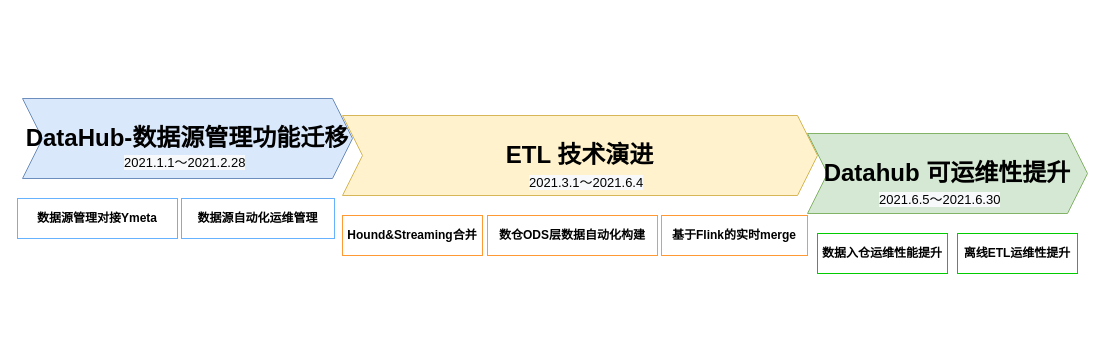
The draw.io diagram Untitled Diagram.drawio in psd562013601/diagrams, before the edit. Source tidied: cells renumbered, new cells numbered last; positions are measured from the earlier drawing's top-left corner, leaving out a move shared by most shapes. Both pictures are drawn from the tidied source at 100%, with x=0, y=0 at pixel (17, 98).
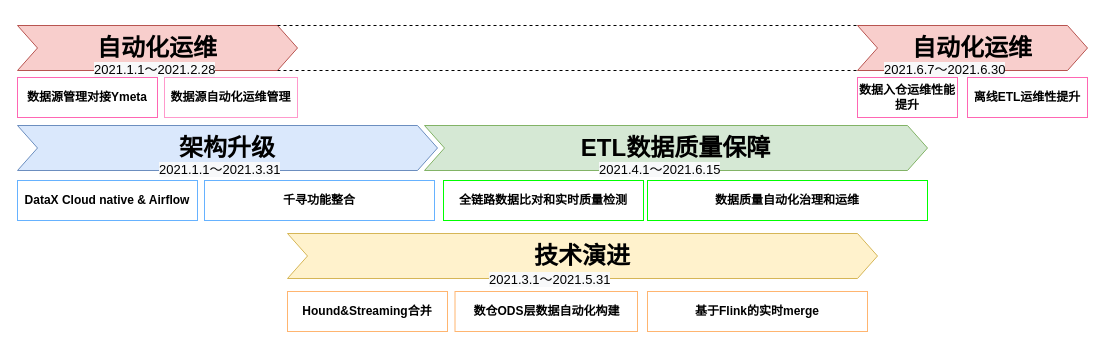
After the change.

Diff of the diagram source:
```diff
@@
-    <mxCell id="2" value="&lt;h1 class=&quot;heading-h1&quot;&gt;DataHub-数据源管理功能迁移&lt;/h1&gt;" style="shape=step;perimeter=stepPerimeter;whiteSpace=wrap;html=1;fixedSize=1;fillColor=#dae8fc;strokeColor=#6c8ebf;" parent="1" vertex="1">
-      <mxGeometry x="5" width="330" height="80" as="geometry" />
-    </mxCell>
-    <mxCell id="3" value="&lt;span style=&quot;color: rgb(0 , 0 , 0) ; font-family: &amp;#34;helvetica&amp;#34; ; font-size: 13px ; font-style: normal ; font-weight: 400 ; letter-spacing: normal ; text-align: center ; text-indent: 0px ; text-transform: none ; word-spacing: 0px ; background-color: rgb(248 , 249 , 250) ; display: inline ; float: none&quot;&gt;2021.1.1～2021.2.28&lt;/span&gt;" style="text;whiteSpace=wrap;html=1;" parent="1" vertex="1">
-      <mxGeometry x="105" y="50" width="130" height="30" as="geometry" />
-    </mxCell>
-    <mxCell id="4" value="&lt;h1 class=&quot;heading-h1&quot;&gt;&lt;div&gt;&lt;/div&gt;&lt;/h1&gt;&lt;h1 class=&quot;heading-h1&quot;&gt;ETL 技术演进&lt;/h1&gt;" style="shape=step;perimeter=stepPerimeter;whiteSpace=wrap;html=1;fixedSize=1;fillColor=#fff2cc;strokeColor=#d6b656;" parent="1" vertex="1">
-      <mxGeometry x="325" y="17" width="475" height="80" as="geometry" />
-    </mxCell>
-    <mxCell id="5" value="&lt;h1 class=&quot;heading-h1&quot;&gt;&lt;div&gt;&lt;/div&gt;&lt;/h1&gt;&lt;h1 class=&quot;heading-h1&quot;&gt;&lt;div&gt;&lt;div&gt;&lt;/div&gt;&lt;/div&gt;&lt;/h1&gt;&lt;h1 class=&quot;heading-h1&quot;&gt;Datahub 可运维性提升&lt;/h1&gt;" style="shape=step;perimeter=stepPerimeter;whiteSpace=wrap;html=1;fixedSize=1;fillColor=#d5e8d4;strokeColor=#82b366;" parent="1" vertex="1">
-      <mxGeometry x="790" y="35" width="280" height="80" as="geometry" />
-    </mxCell>
-    <mxCell id="6" value="&lt;br&gt;&lt;b style=&quot;font-family: &amp;#34;helvetica&amp;#34; ; text-align: left&quot;&gt;数据源管理对接Ymeta&lt;/b&gt;&lt;br&gt;&lt;br&gt;" style="rounded=0;whiteSpace=wrap;html=1;strokeColor=#66B2FF;" parent="1" vertex="1">
-      <mxGeometry y="100" width="160" height="40" as="geometry" />
+    <mxCell id="6" value="&lt;br&gt;&lt;b style=&quot;font-family: &amp;#34;helvetica&amp;#34; ; text-align: left&quot;&gt;数据源管理对接Ymeta&lt;/b&gt;&lt;br&gt;&lt;br&gt;" style="rounded=0;whiteSpace=wrap;html=1;strokeColor=#FF66B3;" parent="1" vertex="1">
+      <mxGeometry y="-21" width="140" height="40" as="geometry" />
     </mxCell>
-    <mxCell id="7" value="&lt;br&gt;&lt;b style=&quot;font-family: &amp;#34;helvetica&amp;#34; ; text-align: left&quot;&gt;数据源自动化运维管理&lt;/b&gt;&lt;br&gt;&lt;br&gt;" style="rounded=0;whiteSpace=wrap;html=1;strokeColor=#66B2FF;" parent="1" vertex="1">
-      <mxGeometry x="164" y="100" width="153" height="40" as="geometry" />
+    <mxCell id="7" value="&lt;br&gt;&lt;b style=&quot;font-family: &amp;#34;helvetica&amp;#34; ; text-align: left&quot;&gt;数据源自动化运维管理&lt;/b&gt;&lt;br&gt;&lt;br&gt;" style="rounded=0;whiteSpace=wrap;html=1;strokeColor=#FF99CC;" parent="1" vertex="1">
+      <mxGeometry x="147" y="-21" width="133" height="40" as="geometry" />
     </mxCell>
+    <mxCell id="15" value="&lt;h1 class=&quot;heading-h1&quot;&gt;架构升级&lt;/h1&gt;" style="shape=step;perimeter=stepPerimeter;whiteSpace=wrap;html=1;fixedSize=1;fillColor=#dae8fc;strokeColor=#6c8ebf;" parent="1" vertex="1">
+      <mxGeometry y="27" width="420" height="45" as="geometry" />
+    </mxCell>
+    <mxCell id="16" value="&lt;h1 class=&quot;heading-h1&quot;&gt;&lt;div&gt;&lt;/div&gt;&lt;/h1&gt;&lt;h1 class=&quot;heading-h1&quot;&gt;技术演进&lt;/h1&gt;" style="shape=step;perimeter=stepPerimeter;whiteSpace=wrap;html=1;fixedSize=1;fillColor=#fff2cc;strokeColor=#d6b656;" parent="1" vertex="1">
+      <mxGeometry x="270" y="135" width="590" height="45" as="geometry" />
+    </mxCell>
+    <mxCell id="17" value="&lt;span style=&quot;font-size: 24px&quot;&gt;&lt;b&gt;ETL数据质量保障&lt;/b&gt;&lt;/span&gt;" style="shape=step;perimeter=stepPerimeter;whiteSpace=wrap;html=1;fixedSize=1;fillColor=#d5e8d4;strokeColor=#82b366;" parent="1" vertex="1">
+      <mxGeometry x="407" y="27" width="503" height="45" as="geometry" />
+    </mxCell>
+    <mxCell id="18" value="&lt;div&gt;&lt;h1 class=&quot;heading-h1&quot;&gt;自动化运维&lt;/h1&gt;&lt;/div&gt;" style="shape=step;perimeter=stepPerimeter;whiteSpace=wrap;html=1;fixedSize=1;fillColor=#f8cecc;strokeColor=#b85450;" parent="1" vertex="1">
+      <mxGeometry x="840" y="-73" width="230" height="45" as="geometry" />
+    </mxCell>
+    <mxCell id="19" value="&lt;div&gt;&lt;h1 class=&quot;heading-h1&quot;&gt;自动化运维&lt;/h1&gt;&lt;/div&gt;" style="shape=step;perimeter=stepPerimeter;whiteSpace=wrap;html=1;fixedSize=1;fillColor=#f8cecc;strokeColor=#b85450;" parent="1" vertex="1">
+      <mxGeometry y="-73" width="280" height="45" as="geometry" />
+    </mxCell>
+    <mxCell id="20" style="endArrow=none;dashed=1;html=1;entryX=0;entryY=1;entryDx=0;entryDy=0;entryPerimeter=0;" parent="1" edge="1" target="18">
+      <mxGeometry relative="1" as="geometry">
+        <mxPoint x="260" y="-28" as="sourcePoint" />
+      </mxGeometry>
+    </mxCell>
+    <mxCell id="21" style="endArrow=none;dashed=1;html=1;entryX=0;entryY=0;entryDx=0;entryDy=0;entryPerimeter=0;" parent="1" edge="1" target="18">
+      <mxGeometry relative="1" as="geometry">
+        <mxPoint x="260" y="-73" as="sourcePoint" />
+      </mxGeometry>
+    </mxCell>
+    <mxCell id="3" value="&lt;span style=&quot;color: rgb(0 , 0 , 0) ; font-family: &amp;#34;helvetica&amp;#34; ; font-size: 13px ; font-style: normal ; font-weight: 400 ; letter-spacing: normal ; text-align: center ; text-indent: 0px ; text-transform: none ; word-spacing: 0px ; background-color: rgb(248 , 249 , 250) ; display: inline ; float: none&quot;&gt;2021.1.1～2021.2.28&lt;/span&gt;" style="text;whiteSpace=wrap;html=1;" parent="1" vertex="1">
+      <mxGeometry x="75" y="-43" width="130" height="30" as="geometry" />
+    </mxCell>
+    <mxCell id="22" value="&lt;span style=&quot;color: rgb(0 , 0 , 0) ; font-family: &amp;#34;helvetica&amp;#34; ; font-size: 13px ; font-style: normal ; font-weight: 400 ; letter-spacing: normal ; text-align: center ; text-indent: 0px ; text-transform: none ; word-spacing: 0px ; background-color: rgb(248 , 249 , 250) ; display: inline ; float: none&quot;&gt;2021.6.7～2021.6.30&lt;/span&gt;" style="text;whiteSpace=wrap;html=1;" parent="1" vertex="1">
+      <mxGeometry x="865" y="-43" width="130" height="30" as="geometry" />
+    </mxCell>
+    <mxCell id="23" value="DataX&amp;nbsp;Cloud native &amp;amp; Airflow" style="rounded=0;whiteSpace=wrap;html=1;strokeColor=#66B2FF;fontStyle=1;" parent="1" vertex="1">
+      <mxGeometry y="82" width="180" height="40" as="geometry" />
+    </mxCell>
+    <mxCell id="24" value="千寻功能整合" style="rounded=0;whiteSpace=wrap;html=1;strokeColor=#66B2FF;fontStyle=1;" parent="1" vertex="1">
+      <mxGeometry x="187" y="82" width="230" height="40" as="geometry" />
+    </mxCell>
+    <mxCell id="25" value="&lt;span style=&quot;color: rgb(0 , 0 , 0) ; font-family: &amp;#34;helvetica&amp;#34; ; font-size: 13px ; font-style: normal ; font-weight: 400 ; letter-spacing: normal ; text-align: center ; text-indent: 0px ; text-transform: none ; word-spacing: 0px ; background-color: rgb(248 , 249 , 250) ; display: inline ; float: none&quot;&gt;2021.1.1～2021.3.31&lt;/span&gt;" style="text;whiteSpace=wrap;html=1;" parent="1" vertex="1">
+      <mxGeometry x="140" y="57" width="130" height="30" as="geometry" />
+    </mxCell>
+    <mxCell id="12" value="&lt;b style=&quot;font-family: &amp;#34;helvetica&amp;#34; ; text-align: left&quot;&gt;数据入仓运维性能提升&lt;/b&gt;" style="rounded=0;whiteSpace=wrap;html=1;strokeColor=#FF66B3;" parent="1" vertex="1">
+      <mxGeometry x="840" y="-21" width="100" height="40" as="geometry" />
+    </mxCell>
+    <mxCell id="13" value="&lt;div style=&quot;text-align: left&quot;&gt;&lt;span&gt;&lt;font face=&quot;helvetica&quot;&gt;&lt;b&gt;离线ETL运维性提升&lt;/b&gt;&lt;/font&gt;&lt;/span&gt;&lt;/div&gt;" style="rounded=0;whiteSpace=wrap;html=1;strokeColor=#FF66B3;" parent="1" vertex="1">
+      <mxGeometry x="950" y="-21" width="120" height="40" as="geometry" />
+    </mxCell>
+    <mxCell id="26" value="全链路数据比对和实时质量检测" style="rounded=0;whiteSpace=wrap;html=1;fontStyle=1;strokeColor=#00FF00;" parent="1" vertex="1">
+      <mxGeometry x="426" y="82" width="200" height="40" as="geometry" />
+    </mxCell>
+    <mxCell id="27" value="数据质量自动化治理和运维" style="rounded=0;whiteSpace=wrap;html=1;fontStyle=1;strokeColor=#00FF00;" parent="1" vertex="1">
+      <mxGeometry x="630" y="82" width="280" height="40" as="geometry" />
+    </mxCell>
+    <mxCell id="28" value="&lt;span style=&quot;color: rgb(0 , 0 , 0) ; font-family: &amp;#34;helvetica&amp;#34; ; font-size: 13px ; font-style: normal ; font-weight: 400 ; letter-spacing: normal ; text-align: center ; text-indent: 0px ; text-transform: none ; word-spacing: 0px ; background-color: rgb(248 , 249 , 250) ; display: inline ; float: none&quot;&gt;2021.4.1～2021.6.15&lt;/span&gt;" style="text;whiteSpace=wrap;html=1;" parent="1" vertex="1">
+      <mxGeometry x="580" y="57" width="130" height="30" as="geometry" />
+    </mxCell>
+    <mxCell id="29" value="&lt;span style=&quot;color: rgb(0 , 0 , 0) ; font-family: &amp;#34;helvetica&amp;#34; ; font-size: 13px ; font-style: normal ; font-weight: 400 ; letter-spacing: normal ; text-align: center ; text-indent: 0px ; text-transform: none ; word-spacing: 0px ; background-color: rgb(248 , 249 , 250) ; display: inline ; float: none&quot;&gt;2021.3.1～2021.5.31&lt;/span&gt;" style="text;whiteSpace=wrap;html=1;" parent="1" vertex="1">
+      <mxGeometry x="470" y="167" width="130" height="30" as="geometry" />
+    </mxCell>
-    <mxCell id="8" value="&lt;span style=&quot;text-align: left&quot;&gt;Hound&amp;amp;Streaming合并&lt;/span&gt;" style="rounded=0;whiteSpace=wrap;html=1;fontStyle=1;strokeColor=#FF9933;" parent="1" vertex="1">
-      <mxGeometry x="325" y="117" width="140" height="40" as="geometry" />
+    <mxCell id="8" value="&lt;b&gt;Hound&amp;amp;Streaming合并&lt;/b&gt;" style="rounded=0;whiteSpace=wrap;html=1;fontStyle=1;strokeColor=#FFB570;" parent="1" vertex="1">
+      <mxGeometry x="270" y="193" width="160" height="40" as="geometry" />
     </mxCell>
-    <mxCell id="9" value="&lt;span style=&quot;color: rgb(0 , 0 , 0) ; font-family: &amp;#34;helvetica&amp;#34; ; font-size: 13px ; font-style: normal ; font-weight: 400 ; letter-spacing: normal ; text-align: center ; text-indent: 0px ; text-transform: none ; word-spacing: 0px ; background-color: rgb(248 , 249 , 250) ; display: inline ; float: none&quot;&gt;2021.3.1～2021.6.4&lt;/span&gt;" style="text;whiteSpace=wrap;html=1;" parent="1" vertex="1">
-      <mxGeometry x="510" y="70" width="130" height="30" as="geometry" />
-    </mxCell>
-    <mxCell id="10" value="数仓ODS层数据自动化构建" style="rounded=0;whiteSpace=wrap;html=1;fontStyle=1;strokeColor=#FF9933;" parent="1" vertex="1">
-      <mxGeometry x="470" y="117" width="170" height="40" as="geometry" />
+    <mxCell id="10" value="&lt;b&gt;数仓ODS层数据自动化构建&lt;/b&gt;&lt;b&gt;&lt;br&gt;&lt;/b&gt;" style="rounded=0;whiteSpace=wrap;html=1;fontStyle=1;strokeColor=#FFB570;" parent="1" vertex="1">
+      <mxGeometry x="437.5" y="193" width="182.5" height="40" as="geometry" />
     </mxCell>
-    <mxCell id="11" value="&lt;h4 class=&quot;heading-h4&quot;&gt;&lt;div&gt;基于Flink的实时merge&lt;br&gt;&lt;/div&gt;&lt;/h4&gt;" style="rounded=0;whiteSpace=wrap;html=1;fontStyle=1;strokeColor=#FF9933;" parent="1" vertex="1">
-      <mxGeometry x="644" y="117" width="146" height="40" as="geometry" />
+    <mxCell id="11" value="基于Flink的实时merge" style="rounded=0;whiteSpace=wrap;html=1;fontStyle=1;strokeColor=#FFB570;" parent="1" vertex="1">
+      <mxGeometry x="630" y="193" width="220" height="40" as="geometry" />
     </mxCell>
-    <mxCell id="12" value="数据入仓运维性能提升" style="rounded=0;whiteSpace=wrap;html=1;fillColor=#ffffff;fontStyle=1;strokeColor=#00CC00;" parent="1" vertex="1">
-      <mxGeometry x="800" y="135" width="130" height="40" as="geometry" />
-    </mxCell>
-    <mxCell id="13" value="离线ETL运维性提升" style="rounded=0;whiteSpace=wrap;html=1;fillColor=#ffffff;fontStyle=1;strokeColor=#00CC00;" parent="1" vertex="1">
-      <mxGeometry x="940" y="135" width="120" height="40" as="geometry" />
-    </mxCell>
-    <mxCell id="14" value="&lt;span style=&quot;color: rgb(0 , 0 , 0) ; font-family: &amp;#34;helvetica&amp;#34; ; font-size: 13px ; font-style: normal ; font-weight: 400 ; letter-spacing: normal ; text-align: center ; text-indent: 0px ; text-transform: none ; word-spacing: 0px ; background-color: rgb(248 , 249 , 250) ; display: inline ; float: none&quot;&gt;2021.6.5～2021.6.30&lt;/span&gt;" style="text;whiteSpace=wrap;html=1;" parent="1" vertex="1">
-      <mxGeometry x="860" y="87" width="130" height="30" as="geometry" />
-    </mxCell>
```
